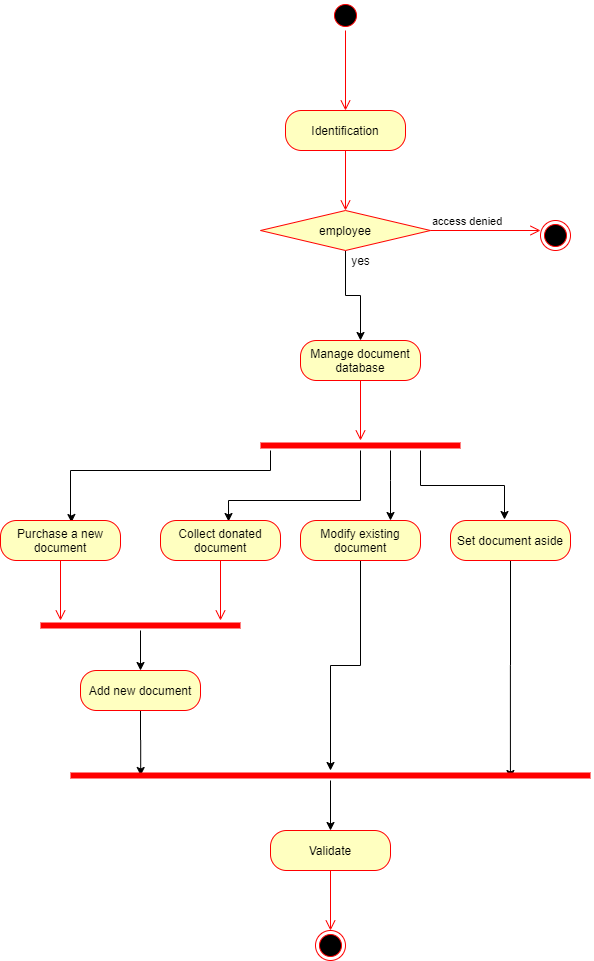
gyog88/AFPA2 keeps this draw.io diagram as Concepteur Developpeur Applications/UML/Diagramme d'activités - cycle de vie d'un document.png. Above is the earlier version. Source tidied: cells renumbered, new cells last; positions are measured from the earlier drawing's top-left corner, leaving out a move shared by most shapes.
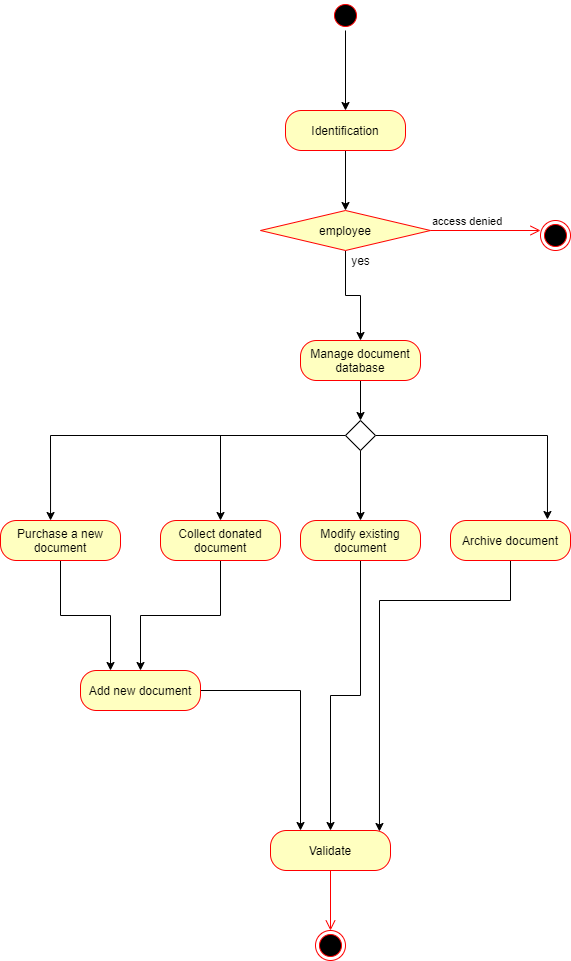
Later version of the same file.

Change to the diagram source:
```diff
@@ -2,113 +2,64 @@
   <root>
     <mxCell id="0" />
     <mxCell id="1" parent="0" />
+    <mxCell id="35" style="edgeStyle=orthogonalEdgeStyle;rounded=0;jettySize=auto;html=1;entryX=0.5;entryY=0;entryDx=0;entryDy=0;" parent="1" edge="1" source="2" target="25">
+      <mxGeometry relative="1" as="geometry" />
+    </mxCell>
     <mxCell id="2" style="ellipse;html=1;shape=startState;fillColor=#000000;strokeColor=#ff0000;" parent="1" vertex="1">
       <mxGeometry x="330" width="30" height="30" as="geometry" />
     </mxCell>
-    <mxCell id="3" style="edgeStyle=orthogonalEdgeStyle;html=1;verticalAlign=bottom;endArrow=open;endSize=8;strokeColor=#ff0000;" parent="1" edge="1" source="2">
-      <mxGeometry relative="1" as="geometry">
-        <mxPoint x="345" y="110" as="targetPoint" />
-      </mxGeometry>
-    </mxCell>
+    <mxCell id="36" style="edgeStyle=orthogonalEdgeStyle;rounded=0;jettySize=auto;html=1;entryX=0.5;entryY=0;entryDx=0;entryDy=0;" parent="1" edge="1" source="4" target="47">
+      <mxGeometry relative="1" as="geometry" />
+    </mxCell>
     <mxCell id="4" value="Manage document database" style="rounded=1;whiteSpace=wrap;html=1;arcSize=40;fontColor=#000000;fillColor=#ffffc0;strokeColor=#ff0000;" parent="1" vertex="1">
       <mxGeometry x="300" y="340" width="120" height="40" as="geometry" />
     </mxCell>
-    <mxCell id="5" style="edgeStyle=orthogonalEdgeStyle;html=1;verticalAlign=bottom;endArrow=open;endSize=8;strokeColor=#ff0000;" parent="1" edge="1" source="4">
+    <mxCell id="5" style="edgeStyle=orthogonalEdgeStyle;html=1;verticalAlign=bottom;endArrow=open;endSize=8;strokeColor=#ff0000;" parent="1" edge="1" source="47">
       <mxGeometry relative="1" as="geometry">
         <mxPoint x="360" y="440" as="targetPoint" />
       </mxGeometry>
     </mxCell>
-    <mxCell id="6" style="edgeStyle=orthogonalEdgeStyle;rounded=0;jettySize=auto;html=1;entryX=0.135;entryY=0.5;entryDx=0;entryDy=0;entryPerimeter=0;" parent="1" edge="1" source="7" target="24">
-      <mxGeometry relative="1" as="geometry" />
-    </mxCell>
+    <mxCell id="37" style="edgeStyle=orthogonalEdgeStyle;rounded=0;jettySize=auto;html=1;entryX=0.25;entryY=0;entryDx=0;entryDy=0;" parent="1" edge="1" source="7" target="32">
+      <mxGeometry relative="1" as="geometry" />
+    </mxCell>
     <mxCell id="7" value="Add new document" style="rounded=1;whiteSpace=wrap;html=1;arcSize=40;fontColor=#000000;fillColor=#ffffc0;strokeColor=#ff0000;" parent="1" vertex="1">
       <mxGeometry x="80" y="670" width="120" height="40" as="geometry" />
     </mxCell>
-    <mxCell id="8" style="edgeStyle=orthogonalEdgeStyle;rounded=0;jettySize=auto;html=1;" parent="1" edge="1" source="9" target="24">
-      <mxGeometry relative="1" as="geometry" />
-    </mxCell>
+    <mxCell id="38" style="edgeStyle=orthogonalEdgeStyle;rounded=0;jettySize=auto;html=1;" parent="1" edge="1" source="9" target="32">
+      <mxGeometry relative="1" as="geometry" />
+    </mxCell>
     <mxCell id="9" value="Modify existing document" style="rounded=1;whiteSpace=wrap;html=1;arcSize=40;fontColor=#000000;fillColor=#ffffc0;strokeColor=#ff0000;" parent="1" vertex="1">
       <mxGeometry x="300" y="520" width="120" height="40" as="geometry" />
     </mxCell>
-    <mxCell id="10" style="edgeStyle=orthogonalEdgeStyle;rounded=0;jettySize=auto;html=1;entryX=0.846;entryY=0.8;entryDx=0;entryDy=0;entryPerimeter=0;" parent="1" edge="1" source="11" target="24">
-      <mxGeometry relative="1" as="geometry" />
-    </mxCell>
+    <mxCell id="39" style="edgeStyle=orthogonalEdgeStyle;rounded=0;jettySize=auto;html=1;entryX=0.908;entryY=0.025;entryDx=0;entryDy=0;entryPerimeter=0;" parent="1" edge="1" source="11" target="32">
+      <mxGeometry relative="1" as="geometry">
+        <Array as="points">
+          <mxPoint x="510" y="600" />
+          <mxPoint x="379" y="600" />
+        </Array>
+      </mxGeometry>
+    </mxCell>
-    <mxCell id="11" value="Set document aside" style="rounded=1;whiteSpace=wrap;html=1;arcSize=40;fontColor=#000000;fillColor=#ffffc0;strokeColor=#ff0000;" parent="1" vertex="1">
+    <mxCell id="11" value="Archive document" style="rounded=1;whiteSpace=wrap;html=1;arcSize=40;fontColor=#000000;fillColor=#ffffc0;strokeColor=#ff0000;" parent="1" vertex="1">
       <mxGeometry x="450" y="520" width="120" height="40" as="geometry" />
     </mxCell>
-    <mxCell id="12" style="edgeStyle=orthogonalEdgeStyle;rounded=0;jettySize=auto;html=1;" parent="1" edge="1" source="16" target="9">
-      <mxGeometry relative="1" as="geometry">
-        <Array as="points">
-          <mxPoint x="390" y="480" />
-          <mxPoint x="390" y="480" />
-        </Array>
-      </mxGeometry>
-    </mxCell>
-    <mxCell id="13" style="edgeStyle=orthogonalEdgeStyle;rounded=0;jettySize=auto;html=1;entryX=0.592;entryY=0.05;entryDx=0;entryDy=0;entryPerimeter=0;" parent="1" edge="1" source="16" target="17">
-      <mxGeometry relative="1" as="geometry">
-        <Array as="points">
-          <mxPoint x="270" y="470" />
-          <mxPoint x="70" y="470" />
-          <mxPoint x="70" y="520" />
-          <mxPoint x="71" y="520" />
-        </Array>
-      </mxGeometry>
-    </mxCell>
-    <mxCell id="14" style="edgeStyle=orthogonalEdgeStyle;rounded=0;jettySize=auto;html=1;entryX=0.45;entryY=-0.025;entryDx=0;entryDy=0;entryPerimeter=0;" parent="1" edge="1" source="16" target="11">
-      <mxGeometry relative="1" as="geometry">
-        <Array as="points">
-          <mxPoint x="420" y="485" />
-          <mxPoint x="504" y="485" />
-        </Array>
-      </mxGeometry>
-    </mxCell>
-    <mxCell id="15" style="edgeStyle=orthogonalEdgeStyle;rounded=0;jettySize=auto;html=1;entryX=0.567;entryY=0.025;entryDx=0;entryDy=0;entryPerimeter=0;" parent="1" edge="1" source="16" target="19">
-      <mxGeometry relative="1" as="geometry">
-        <Array as="points">
-          <mxPoint x="360" y="500" />
-          <mxPoint x="228" y="500" />
-        </Array>
-      </mxGeometry>
-    </mxCell>
-    <mxCell id="16" style="shape=line;html=1;strokeWidth=6;strokeColor=#ff0000;" parent="1" vertex="1">
-      <mxGeometry x="260" y="440" width="200" height="10" as="geometry" />
-    </mxCell>
+    <mxCell id="40" style="edgeStyle=orthogonalEdgeStyle;rounded=0;jettySize=auto;html=1;entryX=0.25;entryY=0;entryDx=0;entryDy=0;" parent="1" edge="1" source="17" target="7">
+      <mxGeometry relative="1" as="geometry" />
+    </mxCell>
     <mxCell id="17" value="Purchase a new document" style="rounded=1;whiteSpace=wrap;html=1;arcSize=40;fontColor=#000000;fillColor=#ffffc0;strokeColor=#ff0000;" parent="1" vertex="1">
       <mxGeometry y="520" width="120" height="40" as="geometry" />
     </mxCell>
-    <mxCell id="18" style="edgeStyle=orthogonalEdgeStyle;html=1;verticalAlign=bottom;endArrow=open;endSize=8;strokeColor=#ff0000;" parent="1" edge="1" source="17">
-      <mxGeometry relative="1" as="geometry">
-        <mxPoint x="60" y="620" as="targetPoint" />
-      </mxGeometry>
-    </mxCell>
+    <mxCell id="41" style="edgeStyle=orthogonalEdgeStyle;rounded=0;jettySize=auto;html=1;" parent="1" edge="1" source="19" target="7">
+      <mxGeometry relative="1" as="geometry" />
+    </mxCell>
     <mxCell id="19" value="Collect donated document" style="rounded=1;whiteSpace=wrap;html=1;arcSize=40;fontColor=#000000;fillColor=#ffffc0;strokeColor=#ff0000;" parent="1" vertex="1">
       <mxGeometry x="160" y="520" width="120" height="40" as="geometry" />
     </mxCell>
-    <mxCell id="20" style="edgeStyle=orthogonalEdgeStyle;rounded=0;jettySize=auto;html=1;" parent="1" edge="1" source="21" target="7">
-      <mxGeometry relative="1" as="geometry" />
-    </mxCell>
-    <mxCell id="21" style="shape=line;html=1;strokeWidth=6;strokeColor=#ff0000;" parent="1" vertex="1">
-      <mxGeometry x="40" y="620" width="200" height="10" as="geometry" />
-    </mxCell>
-    <mxCell id="22" style="edgeStyle=orthogonalEdgeStyle;html=1;verticalAlign=bottom;endArrow=open;endSize=8;strokeColor=#ff0000;" parent="1" edge="1" source="19">
-      <mxGeometry relative="1" as="geometry">
-        <mxPoint x="220" y="620" as="targetPoint" />
-      </mxGeometry>
-    </mxCell>
-    <mxCell id="23" style="edgeStyle=orthogonalEdgeStyle;rounded=0;jettySize=auto;html=1;" parent="1" edge="1" source="24" target="32">
-      <mxGeometry relative="1" as="geometry" />
-    </mxCell>
-    <mxCell id="24" style="shape=line;html=1;strokeWidth=6;strokeColor=#ff0000;" parent="1" vertex="1">
-      <mxGeometry x="70" y="770" width="520" height="10" as="geometry" />
-    </mxCell>
+    <mxCell id="42" style="edgeStyle=orthogonalEdgeStyle;rounded=0;jettySize=auto;html=1;entryX=0.5;entryY=0;entryDx=0;entryDy=0;" parent="1" edge="1" source="25" target="28">
+      <mxGeometry relative="1" as="geometry" />
+    </mxCell>
     <mxCell id="25" value="Identification" style="rounded=1;whiteSpace=wrap;html=1;arcSize=40;fontColor=#000000;fillColor=#ffffc0;strokeColor=#ff0000;" parent="1" vertex="1">
       <mxGeometry x="285" y="110" width="120" height="40" as="geometry" />
     </mxCell>
-    <mxCell id="26" style="edgeStyle=orthogonalEdgeStyle;html=1;verticalAlign=bottom;endArrow=open;endSize=8;strokeColor=#ff0000;" parent="1" edge="1" source="25">
-      <mxGeometry relative="1" as="geometry">
-        <mxPoint x="345" y="210" as="targetPoint" />
-      </mxGeometry>
-    </mxCell>
     <mxCell id="27" style="edgeStyle=orthogonalEdgeStyle;rounded=0;jettySize=auto;html=1;" parent="1" edge="1" source="28" target="4">
       <mxGeometry relative="1" as="geometry" />
     </mxCell>
@@ -137,5 +88,20 @@
     <mxCell id="34" style="ellipse;html=1;shape=endState;fillColor=#000000;strokeColor=#ff0000;" parent="1" vertex="1">
       <mxGeometry x="315" y="930" width="30" height="30" as="geometry" />
     </mxCell>
+    <mxCell id="43" style="edgeStyle=orthogonalEdgeStyle;rounded=0;jettySize=auto;html=1;entryX=0.808;entryY=-0.025;entryDx=0;entryDy=0;entryPerimeter=0;" parent="1" edge="1" source="47" target="11">
+      <mxGeometry relative="1" as="geometry" />
+    </mxCell>
+    <mxCell id="44" style="edgeStyle=orthogonalEdgeStyle;rounded=0;jettySize=auto;html=1;entryX=0.5;entryY=0;entryDx=0;entryDy=0;" parent="1" edge="1" source="47" target="9">
+      <mxGeometry relative="1" as="geometry" />
+    </mxCell>
+    <mxCell id="45" style="edgeStyle=orthogonalEdgeStyle;rounded=0;jettySize=auto;html=1;entryX=0.5;entryY=0;entryDx=0;entryDy=0;" parent="1" edge="1" source="47" target="19">
+      <mxGeometry relative="1" as="geometry" />
+    </mxCell>
+    <mxCell id="46" style="edgeStyle=orthogonalEdgeStyle;rounded=0;jettySize=auto;html=1;entryX=0.417;entryY=0;entryDx=0;entryDy=0;entryPerimeter=0;" parent="1" edge="1" source="47" target="17">
+      <mxGeometry relative="1" as="geometry" />
+    </mxCell>
+    <mxCell id="47" style="rhombus;" parent="1" vertex="1">
+      <mxGeometry x="345" y="420" width="30" height="30" as="geometry" />
+    </mxCell>
   </root>
 </mxGraphModel>
```
